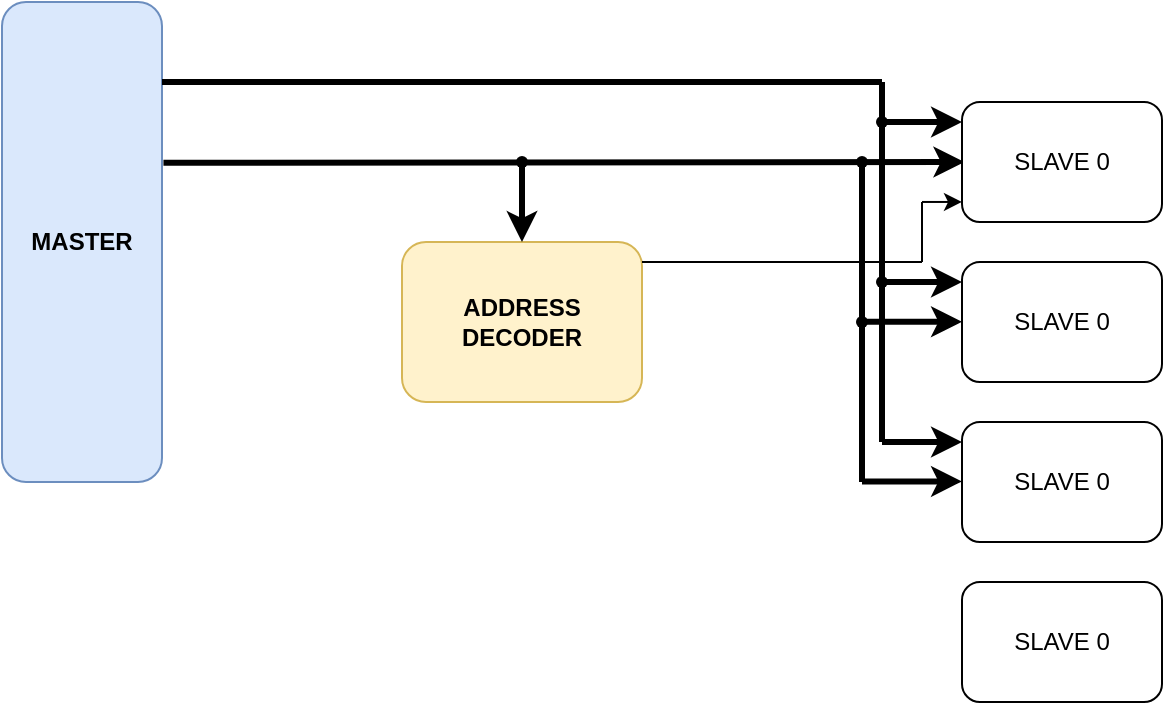
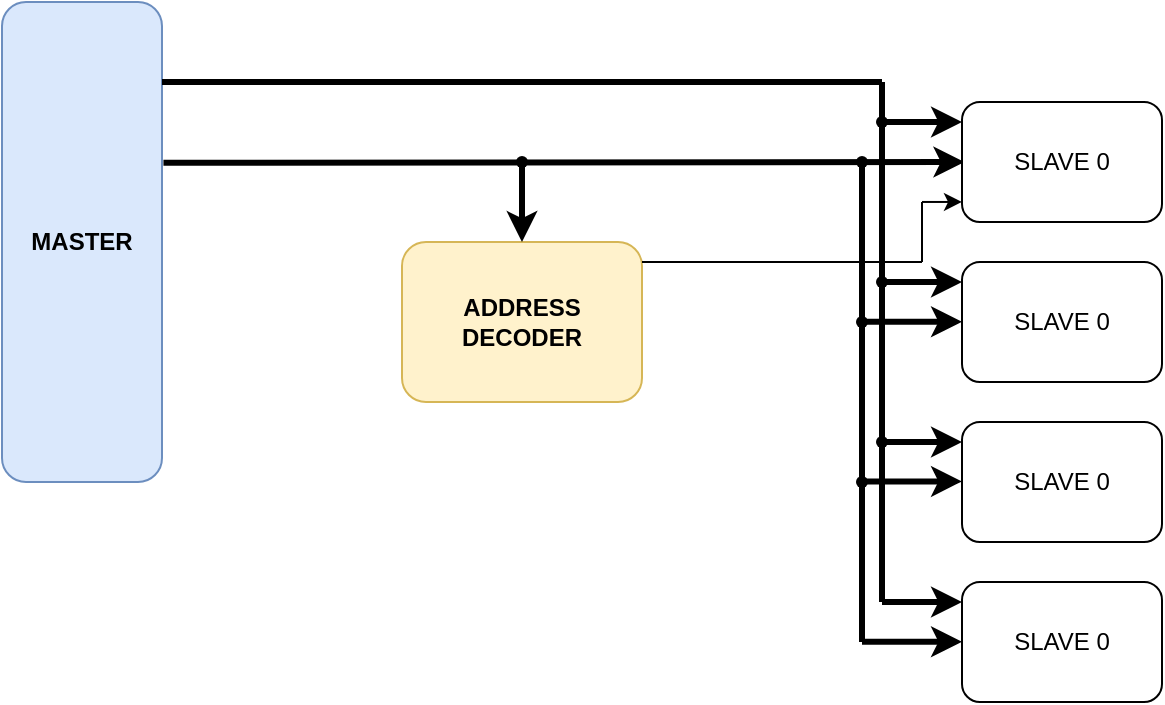
<mxfile host="app.diagrams.net" agent="Mozilla/5.0 (Windows NT 10.0; Win64; x64) AppleWebKit/537.36 (KHTML, like Gecko) Chrome/144.0.0.0 Safari/537.36 Edg/144.0.0.0" pages="4">
  <diagram id="00dOMP4ly3Yvcw6Omt_P" name="AHB Block Diagram">
-     <mxGraphModel dx="212" dy="307" grid="1" gridSize="10" guides="1" tooltips="1" connect="1" arrows="1" fold="1" page="1" pageScale="1" pageWidth="850" pageHeight="1100" math="0" shadow="0">
+     <mxGraphModel dx="306" dy="442" grid="1" gridSize="10" guides="1" tooltips="1" connect="1" arrows="1" fold="1" page="1" pageScale="1" pageWidth="850" pageHeight="1100" math="0" shadow="0">
      <root>
        <mxCell id="0" />
        <mxCell id="1" parent="0" />
        <mxCell id="WVtcaOnAu4kVJNJomXHp-1" parent="1" style="rounded=1;whiteSpace=wrap;html=1;fillColor=#dae8fc;strokeColor=#6c8ebf;" value="&lt;b&gt;MASTER&lt;/b&gt;" vertex="1">
          <mxGeometry height="240" width="80" x="80" y="160" as="geometry" />
        </mxCell>
        <mxCell id="WVtcaOnAu4kVJNJomXHp-3" parent="1" style="rounded=1;whiteSpace=wrap;html=1;fillColor=#fff2cc;strokeColor=#d6b656;" value="&lt;b&gt;ADDRESS DECODER&lt;/b&gt;" vertex="1">
          <mxGeometry height="80" width="120" x="280" y="280" as="geometry" />
        </mxCell>
        <mxCell id="WVtcaOnAu4kVJNJomXHp-4" edge="1" parent="1" source="WVtcaOnAu4kVJNJomXHp-1" style="endArrow=classic;html=1;rounded=0;exitX=1.009;exitY=0.335;exitDx=0;exitDy=0;exitPerimeter=0;strokeWidth=3;" value="">
          <mxGeometry height="50" relative="1" width="50" as="geometry">
            <mxPoint x="170" y="240" as="sourcePoint" />
            <mxPoint x="561.2" y="240" as="targetPoint" />
          </mxGeometry>
        </mxCell>
        <mxCell id="WVtcaOnAu4kVJNJomXHp-5" edge="1" parent="1" source="WVtcaOnAu4kVJNJomXHp-6" style="endArrow=classic;html=1;rounded=0;entryX=0.5;entryY=0;entryDx=0;entryDy=0;strokeWidth=3;" target="WVtcaOnAu4kVJNJomXHp-3" value="">
          <mxGeometry height="50" relative="1" width="50" as="geometry">
            <mxPoint x="340" y="240" as="sourcePoint" />
            <mxPoint x="390" y="190" as="targetPoint" />
          </mxGeometry>
        </mxCell>
        <mxCell id="WVtcaOnAu4kVJNJomXHp-6" parent="1" style="shape=waypoint;sketch=0;fillStyle=solid;size=6;pointerEvents=1;points=[];fillColor=none;resizable=0;rotatable=0;perimeter=centerPerimeter;snapToPoint=1;" value="" vertex="1">
          <mxGeometry height="20" width="20" x="330" y="230" as="geometry" />
        </mxCell>
        <mxCell id="WVtcaOnAu4kVJNJomXHp-7" parent="1" style="rounded=1;whiteSpace=wrap;html=1;" value="SLAVE 0" vertex="1">
          <mxGeometry height="60" width="100" x="560" y="210" as="geometry" />
        </mxCell>
        <mxCell id="WVtcaOnAu4kVJNJomXHp-8" parent="1" style="rounded=1;whiteSpace=wrap;html=1;" value="SLAVE 0" vertex="1">
          <mxGeometry height="60" width="100" x="560" y="290" as="geometry" />
        </mxCell>
        <mxCell id="WVtcaOnAu4kVJNJomXHp-9" parent="1" style="rounded=1;whiteSpace=wrap;html=1;" value="SLAVE 0" vertex="1">
          <mxGeometry height="60" width="100" x="560" y="370" as="geometry" />
        </mxCell>
        <mxCell id="WVtcaOnAu4kVJNJomXHp-10" parent="1" style="rounded=1;whiteSpace=wrap;html=1;" value="SLAVE 0" vertex="1">
          <mxGeometry height="60" width="100" x="560" y="450" as="geometry" />
        </mxCell>
        <mxCell id="WVtcaOnAu4kVJNJomXHp-11" edge="1" parent="1" source="WVtcaOnAu4kVJNJomXHp-3" style="endArrow=none;html=1;rounded=0;exitX=1;exitY=0.125;exitDx=0;exitDy=0;exitPerimeter=0;" value="">
          <mxGeometry height="50" relative="1" width="50" as="geometry">
            <mxPoint x="410" y="290" as="sourcePoint" />
            <mxPoint x="540" y="290" as="targetPoint" />
          </mxGeometry>
        </mxCell>
        <mxCell id="WVtcaOnAu4kVJNJomXHp-12" edge="1" parent="1" style="endArrow=none;html=1;rounded=0;" value="">
          <mxGeometry height="50" relative="1" width="50" as="geometry">
            <mxPoint x="540" y="290" as="sourcePoint" />
            <mxPoint x="540" y="260" as="targetPoint" />
          </mxGeometry>
        </mxCell>
        <mxCell id="WVtcaOnAu4kVJNJomXHp-13" edge="1" parent="1" style="endArrow=classic;html=1;rounded=0;entryX=0;entryY=0.833;entryDx=0;entryDy=0;entryPerimeter=0;" target="WVtcaOnAu4kVJNJomXHp-7" value="">
          <mxGeometry height="50" relative="1" width="50" as="geometry">
            <mxPoint x="540" y="259.98" as="sourcePoint" />
            <mxPoint x="540" y="260" as="targetPoint" />
          </mxGeometry>
        </mxCell>
        <mxCell id="WVtcaOnAu4kVJNJomXHp-18" edge="1" parent="1" style="endArrow=none;html=1;rounded=0;strokeWidth=3;" value="">
          <mxGeometry height="50" relative="1" width="50" as="geometry">
            <mxPoint x="160" y="200" as="sourcePoint" />
            <mxPoint x="520" y="200" as="targetPoint" />
          </mxGeometry>
        </mxCell>
        <mxCell id="WVtcaOnAu4kVJNJomXHp-19" edge="1" parent="1" source="WVtcaOnAu4kVJNJomXHp-25" style="endArrow=none;html=1;rounded=0;strokeWidth=3;" value="">
          <mxGeometry height="50" relative="1" width="50" as="geometry">
            <mxPoint x="520" y="380" as="sourcePoint" />
            <mxPoint x="520" y="200" as="targetPoint" />
          </mxGeometry>
        </mxCell>
        <mxCell id="WVtcaOnAu4kVJNJomXHp-20" edge="1" parent="1" style="endArrow=classic;html=1;rounded=0;entryX=0;entryY=0.167;entryDx=0;entryDy=0;entryPerimeter=0;strokeWidth=3;" target="WVtcaOnAu4kVJNJomXHp-7" value="">
          <mxGeometry height="50" relative="1" width="50" as="geometry">
            <mxPoint x="520" y="220" as="sourcePoint" />
            <mxPoint x="570" y="170" as="targetPoint" />
          </mxGeometry>
        </mxCell>
        <mxCell id="WVtcaOnAu4kVJNJomXHp-22" edge="1" parent="1" style="endArrow=classic;html=1;rounded=0;entryX=0;entryY=0.167;entryDx=0;entryDy=0;entryPerimeter=0;strokeWidth=3;" value="">
          <mxGeometry height="50" relative="1" width="50" as="geometry">
            <mxPoint x="520" y="300" as="sourcePoint" />
            <mxPoint x="560" y="300" as="targetPoint" />
          </mxGeometry>
        </mxCell>
        <mxCell id="WVtcaOnAu4kVJNJomXHp-23" parent="1" style="shape=waypoint;sketch=0;fillStyle=solid;size=6;pointerEvents=1;points=[];fillColor=none;resizable=0;rotatable=0;perimeter=centerPerimeter;snapToPoint=1;" value="" vertex="1">
          <mxGeometry height="20" width="20" x="510" y="210" as="geometry" />
        </mxCell>
        <mxCell id="WVtcaOnAu4kVJNJomXHp-24" edge="1" parent="1" style="endArrow=classic;html=1;rounded=0;entryX=0;entryY=0.167;entryDx=0;entryDy=0;entryPerimeter=0;strokeWidth=3;" value="">
          <mxGeometry height="50" relative="1" width="50" as="geometry">
            <mxPoint x="520" y="380" as="sourcePoint" />
            <mxPoint x="560" y="380" as="targetPoint" />
          </mxGeometry>
        </mxCell>
        <mxCell id="WVtcaOnAu4kVJNJomXHp-26" edge="1" parent="1" style="endArrow=none;html=1;rounded=0;strokeWidth=3;" target="WVtcaOnAu4kVJNJomXHp-25" value="">
          <mxGeometry height="50" relative="1" width="50" as="geometry">
-             <mxPoint x="520" y="380" as="sourcePoint" />
+             <mxPoint x="520" y="460" as="sourcePoint" />
            <mxPoint x="520" y="200" as="targetPoint" />
          </mxGeometry>
        </mxCell>
        <mxCell id="WVtcaOnAu4kVJNJomXHp-25" parent="1" style="shape=waypoint;sketch=0;fillStyle=solid;size=6;pointerEvents=1;points=[];fillColor=none;resizable=0;rotatable=0;perimeter=centerPerimeter;snapToPoint=1;" value="" vertex="1">
          <mxGeometry height="20" width="20" x="510" y="290" as="geometry" />
        </mxCell>
        <mxCell id="WVtcaOnAu4kVJNJomXHp-27" edge="1" parent="1" style="endArrow=none;html=1;rounded=0;strokeWidth=3;" target="WVtcaOnAu4kVJNJomXHp-30" value="">
          <mxGeometry height="50" relative="1" width="50" as="geometry">
-             <mxPoint x="510" y="400" as="sourcePoint" />
+             <mxPoint x="510" y="480" as="sourcePoint" />
            <mxPoint x="510" y="240" as="targetPoint" />
          </mxGeometry>
        </mxCell>
        <mxCell id="WVtcaOnAu4kVJNJomXHp-28" edge="1" parent="1" style="endArrow=classic;html=1;rounded=0;entryX=0;entryY=0.167;entryDx=0;entryDy=0;entryPerimeter=0;strokeWidth=3;" value="">
          <mxGeometry height="50" relative="1" width="50" as="geometry">
            <mxPoint x="510" y="399.72" as="sourcePoint" />
            <mxPoint x="560" y="399.72" as="targetPoint" />
          </mxGeometry>
        </mxCell>
        <mxCell id="WVtcaOnAu4kVJNJomXHp-29" edge="1" parent="1" style="endArrow=classic;html=1;rounded=0;entryX=0;entryY=0.167;entryDx=0;entryDy=0;entryPerimeter=0;strokeWidth=3;" value="">
          <mxGeometry height="50" relative="1" width="50" as="geometry">
            <mxPoint x="510" y="319.86" as="sourcePoint" />
            <mxPoint x="560" y="319.86" as="targetPoint" />
          </mxGeometry>
        </mxCell>
        <mxCell id="WVtcaOnAu4kVJNJomXHp-30" parent="1" style="shape=waypoint;sketch=0;fillStyle=solid;size=6;pointerEvents=1;points=[];fillColor=none;resizable=0;rotatable=0;perimeter=centerPerimeter;snapToPoint=1;" value="" vertex="1">
          <mxGeometry height="20" width="20" x="500.0000000000001" y="230" as="geometry" />
        </mxCell>
        <mxCell id="WVtcaOnAu4kVJNJomXHp-31" parent="1" style="shape=waypoint;sketch=0;fillStyle=solid;size=6;pointerEvents=1;points=[];fillColor=none;resizable=0;rotatable=0;perimeter=centerPerimeter;snapToPoint=1;" value="" vertex="1">
          <mxGeometry height="20" width="20" x="500" y="310" as="geometry" />
+         </mxCell>
+         <mxCell id="WVtcaOnAu4kVJNJomXHp-32" edge="1" parent="1" style="endArrow=classic;html=1;rounded=0;entryX=0;entryY=0.167;entryDx=0;entryDy=0;entryPerimeter=0;strokeWidth=3;" value="">
+           <mxGeometry height="50" relative="1" width="50" as="geometry">
+             <mxPoint x="520" y="460" as="sourcePoint" />
+             <mxPoint x="560" y="460" as="targetPoint" />
+           </mxGeometry>
+         </mxCell>
+         <mxCell id="WVtcaOnAu4kVJNJomXHp-33" edge="1" parent="1" style="endArrow=classic;html=1;rounded=0;entryX=0;entryY=0.167;entryDx=0;entryDy=0;entryPerimeter=0;strokeWidth=3;" value="">
+           <mxGeometry height="50" relative="1" width="50" as="geometry">
+             <mxPoint x="510" y="479.88" as="sourcePoint" />
+             <mxPoint x="560" y="479.88" as="targetPoint" />
+           </mxGeometry>
+         </mxCell>
+         <mxCell id="WVtcaOnAu4kVJNJomXHp-34" parent="1" style="shape=waypoint;sketch=0;fillStyle=solid;size=6;pointerEvents=1;points=[];fillColor=none;resizable=0;rotatable=0;perimeter=centerPerimeter;snapToPoint=1;" value="" vertex="1">
+           <mxGeometry height="20" width="20" x="510" y="370" as="geometry" />
+         </mxCell>
+         <mxCell id="WVtcaOnAu4kVJNJomXHp-35" parent="1" style="shape=waypoint;sketch=0;fillStyle=solid;size=6;pointerEvents=1;points=[];fillColor=none;resizable=0;rotatable=0;perimeter=centerPerimeter;snapToPoint=1;" value="" vertex="1">
+           <mxGeometry height="20" width="20" x="500" y="390" as="geometry" />
        </mxCell>
      </root>
    </mxGraphModel>
  </diagram>
  <diagram name="AHB Interface" id="AxdGKtdG9Rmgfqjtrl1U">
    <mxGraphModel dx="2046" dy="1106" grid="1" gridSize="10" guides="1" tooltips="1" connect="1" arrows="1" fold="1" page="1" pageScale="1" pageWidth="850" pageHeight="1100" math="0" shadow="0">
      <root>
        <mxCell id="0" />
        <mxCell id="1" parent="0" />
        <mxCell id="BZ9neWvH9tw47nREzwFn-1" parent="1" style="rounded=0;whiteSpace=wrap;html=1;" value="&lt;font style=&quot;font-size: 16px;&quot;&gt;&lt;b&gt;Manager&lt;/b&gt;&lt;/font&gt;" vertex="1">
          <mxGeometry height="200" width="120" x="400" y="80" as="geometry" />
        </mxCell>
        <mxCell id="BZ9neWvH9tw47nREzwFn-2" edge="1" parent="1" style="endArrow=classic;html=1;rounded=0;" value="">
          <mxGeometry height="50" relative="1" width="50" as="geometry">
            <mxPoint x="360" y="100" as="sourcePoint" />
            <mxPoint x="400" y="100" as="targetPoint" />
          </mxGeometry>
        </mxCell>
        <mxCell id="BZ9neWvH9tw47nREzwFn-3" edge="1" parent="1" style="endArrow=classic;html=1;rounded=0;" value="">
          <mxGeometry height="50" relative="1" width="50" as="geometry">
            <mxPoint x="360" y="120" as="sourcePoint" />
            <mxPoint x="400" y="120" as="targetPoint" />
          </mxGeometry>
        </mxCell>
        <mxCell id="BZ9neWvH9tw47nREzwFn-4" parent="1" style="text;html=1;whiteSpace=wrap;strokeColor=none;fillColor=none;align=center;verticalAlign=middle;rounded=0;fontStyle=1" value="HCLK" vertex="1">
          <mxGeometry height="20" width="40" x="320" y="90" as="geometry" />
        </mxCell>
        <mxCell id="BZ9neWvH9tw47nREzwFn-5" parent="1" style="text;html=1;whiteSpace=wrap;strokeColor=none;fillColor=none;align=center;verticalAlign=middle;rounded=0;fontStyle=1" value="HRESETn" vertex="1">
          <mxGeometry height="20" width="60" x="300" y="110" as="geometry" />
        </mxCell>
        <mxCell id="BZ9neWvH9tw47nREzwFn-6" parent="1" style="text;html=1;whiteSpace=wrap;strokeColor=none;fillColor=none;align=center;verticalAlign=middle;rounded=0;fontStyle=1" value="HREADY" vertex="1">
          <mxGeometry height="20" width="60" x="300" y="150" as="geometry" />
        </mxCell>
        <mxCell id="BZ9neWvH9tw47nREzwFn-7" edge="1" parent="1" style="endArrow=classic;html=1;rounded=0;" value="">
          <mxGeometry height="50" relative="1" width="50" as="geometry">
            <mxPoint x="360" y="160" as="sourcePoint" />
            <mxPoint x="400" y="160" as="targetPoint" />
          </mxGeometry>
        </mxCell>
        <mxCell id="BZ9neWvH9tw47nREzwFn-8" edge="1" parent="1" style="endArrow=classic;html=1;rounded=0;" value="">
          <mxGeometry height="50" relative="1" width="50" as="geometry">
            <mxPoint x="360" y="180" as="sourcePoint" />
            <mxPoint x="400" y="180" as="targetPoint" />
          </mxGeometry>
        </mxCell>
        <mxCell id="BZ9neWvH9tw47nREzwFn-9" parent="1" style="text;html=1;whiteSpace=wrap;strokeColor=none;fillColor=none;align=center;verticalAlign=middle;rounded=0;fontStyle=1" value="HSELx" vertex="1">
          <mxGeometry height="20" width="60" x="310" y="430" as="geometry" />
        </mxCell>
        <mxCell id="BZ9neWvH9tw47nREzwFn-10" edge="1" parent="1" style="endArrow=classic;html=1;rounded=0;" value="">
          <mxGeometry height="50" relative="1" width="50" as="geometry">
            <mxPoint x="360" y="260" as="sourcePoint" />
            <mxPoint x="400" y="260" as="targetPoint" />
          </mxGeometry>
        </mxCell>
        <mxCell id="BZ9neWvH9tw47nREzwFn-11" parent="1" style="text;html=1;whiteSpace=wrap;strokeColor=none;fillColor=none;align=center;verticalAlign=middle;rounded=0;fontStyle=1" value="HRDATA[31:0]" vertex="1">
          <mxGeometry height="20" width="90" x="270" y="250" as="geometry" />
        </mxCell>
        <mxCell id="BZ9neWvH9tw47nREzwFn-12" edge="1" parent="1" style="endArrow=classic;html=1;rounded=0;" value="">
          <mxGeometry height="50" relative="1" width="50" as="geometry">
            <mxPoint x="520" y="99.83" as="sourcePoint" />
            <mxPoint x="560" y="99.83" as="targetPoint" />
          </mxGeometry>
        </mxCell>
        <mxCell id="BZ9neWvH9tw47nREzwFn-13" edge="1" parent="1" style="endArrow=classic;html=1;rounded=0;" value="">
          <mxGeometry height="50" relative="1" width="50" as="geometry">
            <mxPoint x="520" y="119.83" as="sourcePoint" />
            <mxPoint x="560" y="119.83" as="targetPoint" />
          </mxGeometry>
        </mxCell>
        <mxCell id="BZ9neWvH9tw47nREzwFn-14" edge="1" parent="1" style="endArrow=classic;html=1;rounded=0;" value="">
          <mxGeometry height="50" relative="1" width="50" as="geometry">
            <mxPoint x="520" y="159.83" as="sourcePoint" />
            <mxPoint x="560" y="159.83" as="targetPoint" />
          </mxGeometry>
        </mxCell>
        <mxCell id="BZ9neWvH9tw47nREzwFn-15" edge="1" parent="1" style="endArrow=classic;html=1;rounded=0;" value="">
          <mxGeometry height="50" relative="1" width="50" as="geometry">
            <mxPoint x="520" y="140" as="sourcePoint" />
            <mxPoint x="560" y="140" as="targetPoint" />
          </mxGeometry>
        </mxCell>
        <mxCell id="BZ9neWvH9tw47nREzwFn-16" edge="1" parent="1" style="endArrow=classic;html=1;rounded=0;" value="">
          <mxGeometry height="50" relative="1" width="50" as="geometry">
            <mxPoint x="520" y="179.83" as="sourcePoint" />
            <mxPoint x="560" y="179.83" as="targetPoint" />
          </mxGeometry>
        </mxCell>
        <mxCell id="BZ9neWvH9tw47nREzwFn-17" edge="1" parent="1" style="endArrow=classic;html=1;rounded=0;" value="">
          <mxGeometry height="50" relative="1" width="50" as="geometry">
            <mxPoint x="520" y="200" as="sourcePoint" />
            <mxPoint x="560" y="200" as="targetPoint" />
          </mxGeometry>
        </mxCell>
        <mxCell id="BZ9neWvH9tw47nREzwFn-18" parent="1" style="text;html=1;whiteSpace=wrap;strokeColor=none;fillColor=none;align=center;verticalAlign=middle;rounded=0;fontStyle=1" value="HADDR[31:0]" vertex="1">
          <mxGeometry height="20" width="80" x="560" y="90" as="geometry" />
        </mxCell>
        <mxCell id="BZ9neWvH9tw47nREzwFn-19" parent="1" style="text;html=1;whiteSpace=wrap;strokeColor=none;fillColor=none;align=center;verticalAlign=middle;rounded=0;fontStyle=1" value="HWRITE" vertex="1">
          <mxGeometry height="20" width="60" x="560" y="110" as="geometry" />
        </mxCell>
        <mxCell id="BZ9neWvH9tw47nREzwFn-20" parent="1" style="text;html=1;whiteSpace=wrap;strokeColor=none;fillColor=none;align=center;verticalAlign=middle;rounded=0;fontStyle=1" value="HSIZE[2:0]" vertex="1">
          <mxGeometry height="20" width="70" x="560" y="130" as="geometry" />
        </mxCell>
        <mxCell id="BZ9neWvH9tw47nREzwFn-21" parent="1" style="text;html=1;whiteSpace=wrap;strokeColor=none;fillColor=none;align=center;verticalAlign=middle;rounded=0;fontStyle=1" value="HBURST[2:0]" vertex="1">
          <mxGeometry height="20" width="80" x="560" y="150" as="geometry" />
        </mxCell>
        <mxCell id="BZ9neWvH9tw47nREzwFn-22" parent="1" style="text;html=1;whiteSpace=wrap;strokeColor=none;fillColor=none;align=center;verticalAlign=middle;rounded=0;fontStyle=1" value="HPROT[3:0]" vertex="1">
          <mxGeometry height="20" width="80" x="560" y="170" as="geometry" />
        </mxCell>
        <mxCell id="BZ9neWvH9tw47nREzwFn-23" parent="1" style="text;html=1;whiteSpace=wrap;strokeColor=none;fillColor=none;align=center;verticalAlign=middle;rounded=0;fontStyle=1" value="HTRANS[1:0]" vertex="1">
          <mxGeometry height="20" width="80" x="560" y="190" as="geometry" />
        </mxCell>
        <mxCell id="BZ9neWvH9tw47nREzwFn-24" edge="1" parent="1" style="endArrow=classic;html=1;rounded=0;" value="">
          <mxGeometry height="50" relative="1" width="50" as="geometry">
            <mxPoint x="520" y="220" as="sourcePoint" />
            <mxPoint x="560" y="220" as="targetPoint" />
          </mxGeometry>
        </mxCell>
        <mxCell id="BZ9neWvH9tw47nREzwFn-25" parent="1" style="text;html=1;whiteSpace=wrap;strokeColor=none;fillColor=none;align=center;verticalAlign=middle;rounded=0;fontStyle=1" value="HMASTLOCK" vertex="1">
          <mxGeometry height="20" width="80" x="560" y="210" as="geometry" />
        </mxCell>
        <mxCell id="BZ9neWvH9tw47nREzwFn-26" edge="1" parent="1" style="endArrow=classic;html=1;rounded=0;" value="">
          <mxGeometry height="50" relative="1" width="50" as="geometry">
            <mxPoint x="520" y="259.8" as="sourcePoint" />
            <mxPoint x="560" y="259.8" as="targetPoint" />
          </mxGeometry>
        </mxCell>
        <mxCell id="BZ9neWvH9tw47nREzwFn-30" parent="1" style="text;html=1;whiteSpace=wrap;strokeColor=none;fillColor=none;align=center;verticalAlign=middle;rounded=0;fontStyle=1" value="HWDATA[31:0]" vertex="1">
          <mxGeometry height="20" width="95" x="555" y="250" as="geometry" />
        </mxCell>
        <mxCell id="BZ9neWvH9tw47nREzwFn-31" parent="1" style="rounded=0;whiteSpace=wrap;html=1;" value="&lt;font style=&quot;font-size: 16px;&quot;&gt;&lt;b&gt;Slave&lt;/b&gt;&lt;/font&gt;" vertex="1">
          <mxGeometry height="320" width="120" x="400" y="360" as="geometry" />
        </mxCell>
        <mxCell id="BZ9neWvH9tw47nREzwFn-32" edge="1" parent="1" style="endArrow=classic;html=1;rounded=0;" value="">
          <mxGeometry height="50" relative="1" width="50" as="geometry">
            <mxPoint x="360" y="489.83" as="sourcePoint" />
            <mxPoint x="400" y="489.83" as="targetPoint" />
          </mxGeometry>
        </mxCell>
        <mxCell id="BZ9neWvH9tw47nREzwFn-33" edge="1" parent="1" style="endArrow=classic;html=1;rounded=0;" value="">
          <mxGeometry height="50" relative="1" width="50" as="geometry">
            <mxPoint x="360" y="509.83" as="sourcePoint" />
            <mxPoint x="400" y="509.83" as="targetPoint" />
          </mxGeometry>
        </mxCell>
        <mxCell id="BZ9neWvH9tw47nREzwFn-34" edge="1" parent="1" style="endArrow=classic;html=1;rounded=0;" value="">
          <mxGeometry height="50" relative="1" width="50" as="geometry">
            <mxPoint x="360" y="549.83" as="sourcePoint" />
            <mxPoint x="400" y="549.83" as="targetPoint" />
          </mxGeometry>
        </mxCell>
        <mxCell id="BZ9neWvH9tw47nREzwFn-35" edge="1" parent="1" style="endArrow=classic;html=1;rounded=0;" value="">
          <mxGeometry height="50" relative="1" width="50" as="geometry">
            <mxPoint x="360" y="530" as="sourcePoint" />
            <mxPoint x="400" y="530" as="targetPoint" />
          </mxGeometry>
        </mxCell>
        <mxCell id="BZ9neWvH9tw47nREzwFn-36" edge="1" parent="1" style="endArrow=classic;html=1;rounded=0;" value="">
          <mxGeometry height="50" relative="1" width="50" as="geometry">
            <mxPoint x="360" y="569.83" as="sourcePoint" />
            <mxPoint x="400" y="569.83" as="targetPoint" />
          </mxGeometry>
        </mxCell>
        <mxCell id="BZ9neWvH9tw47nREzwFn-37" edge="1" parent="1" style="endArrow=classic;html=1;rounded=0;" value="">
          <mxGeometry height="50" relative="1" width="50" as="geometry">
            <mxPoint x="360" y="590" as="sourcePoint" />
            <mxPoint x="400" y="590" as="targetPoint" />
          </mxGeometry>
        </mxCell>
        <mxCell id="BZ9neWvH9tw47nREzwFn-38" parent="1" style="text;html=1;whiteSpace=wrap;strokeColor=none;fillColor=none;align=center;verticalAlign=middle;rounded=0;fontStyle=1" value="HADDR[31:0]" vertex="1">
          <mxGeometry height="20" width="80" x="275" y="480" as="geometry" />
        </mxCell>
        <mxCell id="BZ9neWvH9tw47nREzwFn-39" parent="1" style="text;html=1;whiteSpace=wrap;strokeColor=none;fillColor=none;align=center;verticalAlign=middle;rounded=0;fontStyle=1" value="HWRITE" vertex="1">
          <mxGeometry height="20" width="60" x="275" y="500" as="geometry" />
        </mxCell>
        <mxCell id="BZ9neWvH9tw47nREzwFn-40" parent="1" style="text;html=1;whiteSpace=wrap;strokeColor=none;fillColor=none;align=center;verticalAlign=middle;rounded=0;fontStyle=1" value="HSIZE[2:0]" vertex="1">
          <mxGeometry height="20" width="70" x="275" y="520" as="geometry" />
        </mxCell>
        <mxCell id="BZ9neWvH9tw47nREzwFn-41" parent="1" style="text;html=1;whiteSpace=wrap;strokeColor=none;fillColor=none;align=center;verticalAlign=middle;rounded=0;fontStyle=1" value="HBURST[2:0]" vertex="1">
          <mxGeometry height="20" width="80" x="275" y="540" as="geometry" />
        </mxCell>
        <mxCell id="BZ9neWvH9tw47nREzwFn-42" parent="1" style="text;html=1;whiteSpace=wrap;strokeColor=none;fillColor=none;align=center;verticalAlign=middle;rounded=0;fontStyle=1" value="HPROT[3:0]" vertex="1">
          <mxGeometry height="20" width="80" x="275" y="560" as="geometry" />
        </mxCell>
        <mxCell id="BZ9neWvH9tw47nREzwFn-43" parent="1" style="text;html=1;whiteSpace=wrap;strokeColor=none;fillColor=none;align=center;verticalAlign=middle;rounded=0;fontStyle=1" value="HTRANS[1:0]" vertex="1">
          <mxGeometry height="20" width="80" x="275" y="580" as="geometry" />
        </mxCell>
        <mxCell id="BZ9neWvH9tw47nREzwFn-44" edge="1" parent="1" style="endArrow=classic;html=1;rounded=0;" value="">
          <mxGeometry height="50" relative="1" width="50" as="geometry">
            <mxPoint x="360" y="610" as="sourcePoint" />
            <mxPoint x="400" y="610" as="targetPoint" />
          </mxGeometry>
        </mxCell>
        <mxCell id="BZ9neWvH9tw47nREzwFn-45" parent="1" style="text;html=1;whiteSpace=wrap;strokeColor=none;fillColor=none;align=center;verticalAlign=middle;rounded=0;fontStyle=1" value="HMASTLOCK" vertex="1">
          <mxGeometry height="20" width="80" x="275" y="600" as="geometry" />
        </mxCell>
        <mxCell id="BZ9neWvH9tw47nREzwFn-46" edge="1" parent="1" style="endArrow=classic;html=1;rounded=0;" value="">
          <mxGeometry height="50" relative="1" width="50" as="geometry">
            <mxPoint x="360" y="649.8" as="sourcePoint" />
            <mxPoint x="400" y="649.8" as="targetPoint" />
          </mxGeometry>
        </mxCell>
        <mxCell id="BZ9neWvH9tw47nREzwFn-47" parent="1" style="text;html=1;whiteSpace=wrap;strokeColor=none;fillColor=none;align=center;verticalAlign=middle;rounded=0;fontStyle=1" value="HWDATA[31:0]" vertex="1">
          <mxGeometry height="20" width="95" x="270" y="640" as="geometry" />
        </mxCell>
        <mxCell id="BZ9neWvH9tw47nREzwFn-49" edge="1" parent="1" style="endArrow=classic;html=1;rounded=0;" value="">
          <mxGeometry height="50" relative="1" width="50" as="geometry">
            <mxPoint x="360" y="380" as="sourcePoint" />
            <mxPoint x="400" y="380" as="targetPoint" />
          </mxGeometry>
        </mxCell>
        <mxCell id="BZ9neWvH9tw47nREzwFn-50" edge="1" parent="1" style="endArrow=classic;html=1;rounded=0;" value="">
          <mxGeometry height="50" relative="1" width="50" as="geometry">
            <mxPoint x="360" y="400" as="sourcePoint" />
            <mxPoint x="400" y="400" as="targetPoint" />
          </mxGeometry>
        </mxCell>
        <mxCell id="BZ9neWvH9tw47nREzwFn-51" edge="1" parent="1" style="endArrow=classic;html=1;rounded=0;" value="">
          <mxGeometry height="50" relative="1" width="50" as="geometry">
            <mxPoint x="360" y="440" as="sourcePoint" />
            <mxPoint x="400" y="440" as="targetPoint" />
          </mxGeometry>
        </mxCell>
        <mxCell id="BZ9neWvH9tw47nREzwFn-52" parent="1" style="text;html=1;whiteSpace=wrap;strokeColor=none;fillColor=none;align=center;verticalAlign=middle;rounded=0;fontStyle=1" value="HCLK" vertex="1">
          <mxGeometry height="20" width="40" x="320" y="370" as="geometry" />
        </mxCell>
        <mxCell id="BZ9neWvH9tw47nREzwFn-53" parent="1" style="text;html=1;whiteSpace=wrap;strokeColor=none;fillColor=none;align=center;verticalAlign=middle;rounded=0;fontStyle=1" value="HRESETn" vertex="1">
          <mxGeometry height="20" width="60" x="300" y="390" as="geometry" />
        </mxCell>
        <mxCell id="BZ9neWvH9tw47nREzwFn-54" parent="1" style="shape=curlyBracket;whiteSpace=wrap;html=1;rounded=1;labelPosition=left;verticalLabelPosition=middle;align=right;verticalAlign=middle;" value="" vertex="1">
          <mxGeometry height="35" width="20" x="230" y="90" as="geometry" />
        </mxCell>
        <mxCell id="BZ9neWvH9tw47nREzwFn-55" parent="1" style="text;html=1;whiteSpace=wrap;strokeColor=none;fillColor=none;align=center;verticalAlign=middle;rounded=0;fontStyle=1" value="HRESP" vertex="1">
          <mxGeometry height="20" width="60" x="300" y="170" as="geometry" />
        </mxCell>
        <mxCell id="BZ9neWvH9tw47nREzwFn-56" parent="1" style="shape=curlyBracket;whiteSpace=wrap;html=1;rounded=1;labelPosition=left;verticalLabelPosition=middle;align=right;verticalAlign=middle;" value="" vertex="1">
          <mxGeometry height="140" width="20" x="230" y="480" as="geometry" />
        </mxCell>
        <mxCell id="BZ9neWvH9tw47nREzwFn-57" parent="1" style="shape=curlyBracket;whiteSpace=wrap;html=1;rounded=1;labelPosition=left;verticalLabelPosition=middle;align=right;verticalAlign=middle;rotation=-180;" value="" vertex="1">
          <mxGeometry height="135" width="20" x="650" y="90" as="geometry" />
        </mxCell>
        <mxCell id="BZ9neWvH9tw47nREzwFn-58" parent="1" style="text;html=1;whiteSpace=wrap;strokeColor=none;fillColor=none;align=center;verticalAlign=middle;rounded=0;fontStyle=1" value="&lt;span style=&quot;font-weight: normal;&quot;&gt;Global signals&lt;/span&gt;" vertex="1">
          <mxGeometry height="20" width="90" x="140" y="97.5" as="geometry" />
        </mxCell>
        <mxCell id="BZ9neWvH9tw47nREzwFn-59" parent="1" style="text;html=1;whiteSpace=wrap;strokeColor=none;fillColor=none;align=center;verticalAlign=middle;rounded=0;fontStyle=1" value="&lt;span style=&quot;font-weight: normal;&quot;&gt;Transfer response&lt;/span&gt;" vertex="1">
          <mxGeometry height="20" width="60" x="170" y="157.5" as="geometry" />
        </mxCell>
        <mxCell id="BZ9neWvH9tw47nREzwFn-60" parent="1" style="text;html=1;whiteSpace=wrap;strokeColor=none;fillColor=none;align=center;verticalAlign=middle;rounded=0;fontStyle=1" value="&lt;span style=&quot;font-weight: normal;&quot;&gt;Data&lt;/span&gt;" vertex="1">
          <mxGeometry height="20" width="60" x="170" y="250" as="geometry" />
        </mxCell>
        <mxCell id="BZ9neWvH9tw47nREzwFn-61" parent="1" style="text;html=1;whiteSpace=wrap;strokeColor=none;fillColor=none;align=center;verticalAlign=middle;rounded=0;fontStyle=1" value="&lt;span style=&quot;font-weight: normal;&quot;&gt;Address and control signals&lt;/span&gt;" vertex="1">
          <mxGeometry height="37.5" width="90" x="670" y="140" as="geometry" />
        </mxCell>
        <mxCell id="BZ9neWvH9tw47nREzwFn-62" parent="1" style="shape=curlyBracket;whiteSpace=wrap;html=1;rounded=1;labelPosition=left;verticalLabelPosition=middle;align=right;verticalAlign=middle;" value="" vertex="1">
          <mxGeometry height="35" width="20" x="230" y="150" as="geometry" />
        </mxCell>
        <mxCell id="BZ9neWvH9tw47nREzwFn-63" parent="1" style="text;html=1;whiteSpace=wrap;strokeColor=none;fillColor=none;align=center;verticalAlign=middle;rounded=0;fontStyle=1" value="&lt;span style=&quot;font-weight: normal;&quot;&gt;Address and control signals&lt;/span&gt;" vertex="1">
          <mxGeometry height="37.5" width="90" x="140" y="531" as="geometry" />
        </mxCell>
        <mxCell id="BZ9neWvH9tw47nREzwFn-64" parent="1" style="shape=curlyBracket;whiteSpace=wrap;html=1;rounded=1;labelPosition=left;verticalLabelPosition=middle;align=right;verticalAlign=middle;" value="" vertex="1">
          <mxGeometry height="35" width="20" x="230" y="375" as="geometry" />
        </mxCell>
        <mxCell id="BZ9neWvH9tw47nREzwFn-65" parent="1" style="text;html=1;whiteSpace=wrap;strokeColor=none;fillColor=none;align=center;verticalAlign=middle;rounded=0;fontStyle=1" value="&lt;span style=&quot;font-weight: normal;&quot;&gt;Global signals&lt;/span&gt;" vertex="1">
          <mxGeometry height="20" width="90" x="140" y="382.5" as="geometry" />
        </mxCell>
        <mxCell id="BZ9neWvH9tw47nREzwFn-66" parent="1" style="text;html=1;whiteSpace=wrap;strokeColor=none;fillColor=none;align=center;verticalAlign=middle;rounded=0;fontStyle=1" value="&lt;span style=&quot;font-weight: normal;&quot;&gt;Data&lt;/span&gt;" vertex="1">
          <mxGeometry height="20" width="60" x="670" y="250" as="geometry" />
        </mxCell>
        <mxCell id="BZ9neWvH9tw47nREzwFn-67" edge="1" parent="1" style="endArrow=classic;html=1;rounded=0;" value="">
          <mxGeometry height="50" relative="1" width="50" as="geometry">
            <mxPoint x="520" y="490" as="sourcePoint" />
            <mxPoint x="560" y="490" as="targetPoint" />
          </mxGeometry>
        </mxCell>
        <mxCell id="BZ9neWvH9tw47nREzwFn-68" edge="1" parent="1" style="endArrow=classic;html=1;rounded=0;" value="">
          <mxGeometry height="50" relative="1" width="50" as="geometry">
            <mxPoint x="520" y="510" as="sourcePoint" />
            <mxPoint x="560" y="510" as="targetPoint" />
          </mxGeometry>
        </mxCell>
        <mxCell id="BZ9neWvH9tw47nREzwFn-69" parent="1" style="text;html=1;whiteSpace=wrap;strokeColor=none;fillColor=none;align=center;verticalAlign=middle;rounded=0;fontStyle=1" value="HREADY" vertex="1">
          <mxGeometry height="20" width="60" x="560" y="480" as="geometry" />
        </mxCell>
        <mxCell id="BZ9neWvH9tw47nREzwFn-70" parent="1" style="text;html=1;whiteSpace=wrap;strokeColor=none;fillColor=none;align=center;verticalAlign=middle;rounded=0;fontStyle=1" value="HRESP" vertex="1">
          <mxGeometry height="20" width="60" x="560" y="500" as="geometry" />
        </mxCell>
        <mxCell id="BZ9neWvH9tw47nREzwFn-71" edge="1" parent="1" style="endArrow=classic;html=1;rounded=0;" value="">
          <mxGeometry height="50" relative="1" width="50" as="geometry">
            <mxPoint x="520" y="649.6600000000001" as="sourcePoint" />
            <mxPoint x="560" y="649.6600000000001" as="targetPoint" />
          </mxGeometry>
        </mxCell>
        <mxCell id="BZ9neWvH9tw47nREzwFn-72" parent="1" style="text;html=1;whiteSpace=wrap;strokeColor=none;fillColor=none;align=center;verticalAlign=middle;rounded=0;fontStyle=1" value="HRDATA[31:0]" vertex="1">
          <mxGeometry height="20" width="90" x="560" y="640" as="geometry" />
        </mxCell>
        <mxCell id="BZ9neWvH9tw47nREzwFn-73" parent="1" style="text;html=1;whiteSpace=wrap;strokeColor=none;fillColor=none;align=center;verticalAlign=middle;rounded=0;fontStyle=1" value="&lt;span style=&quot;font-weight: normal;&quot;&gt;Data&lt;/span&gt;" vertex="1">
          <mxGeometry height="20" width="60" x="155" y="640" as="geometry" />
        </mxCell>
        <mxCell id="BZ9neWvH9tw47nREzwFn-74" parent="1" style="text;html=1;whiteSpace=wrap;strokeColor=none;fillColor=none;align=center;verticalAlign=middle;rounded=0;fontStyle=1" value="&lt;span style=&quot;font-weight: normal;&quot;&gt;Data&lt;/span&gt;" vertex="1">
          <mxGeometry height="20" width="50" x="675" y="640" as="geometry" />
        </mxCell>
        <mxCell id="BZ9neWvH9tw47nREzwFn-75" parent="1" style="text;html=1;whiteSpace=wrap;strokeColor=none;fillColor=none;align=center;verticalAlign=middle;rounded=0;fontStyle=1" value="&lt;span style=&quot;font-weight: normal;&quot;&gt;Transfer response&lt;/span&gt;" vertex="1">
          <mxGeometry height="20" width="60" x="670" y="487.5" as="geometry" />
        </mxCell>
        <mxCell id="BZ9neWvH9tw47nREzwFn-76" parent="1" style="shape=curlyBracket;whiteSpace=wrap;html=1;rounded=1;labelPosition=left;verticalLabelPosition=middle;align=right;verticalAlign=middle;rotation=-180;" value="" vertex="1">
          <mxGeometry height="35" width="20" x="640" y="480" as="geometry" />
        </mxCell>
        <mxCell id="BZ9neWvH9tw47nREzwFn-77" parent="1" style="text;html=1;whiteSpace=wrap;strokeColor=none;fillColor=none;align=center;verticalAlign=middle;rounded=0;fontStyle=1" value="&lt;span style=&quot;font-weight: normal;&quot;&gt;Select signal&lt;/span&gt;" vertex="1">
          <mxGeometry height="20" width="90" x="140" y="430" as="geometry" />
        </mxCell>
      </root>
    </mxGraphModel>
  </diagram>
  <diagram id="Hd4ECfvz_bm4RMetZK8C" name="Master Interface">
    <mxGraphModel dx="764" dy="1105" grid="1" gridSize="10" guides="1" tooltips="1" connect="1" arrows="1" fold="1" page="1" pageScale="1" pageWidth="850" pageHeight="1100" math="0" shadow="0">
      <root>
        <mxCell id="0" />
        <mxCell id="1" parent="0" />
      </root>
    </mxGraphModel>
  </diagram>
  <diagram id="AYzUWjTrgIps4r00h7mQ" name="Master FSM">
    <mxGraphModel dx="437" dy="631" grid="1" gridSize="10" guides="1" tooltips="1" connect="1" arrows="1" fold="1" page="1" pageScale="1" pageWidth="850" pageHeight="1100" math="0" shadow="0">
      <root>
        <mxCell id="0" />
        <mxCell id="1" parent="0" />
        <mxCell id="gUlQ52oibdo8bB1fHUDe-6" edge="1" parent="1" source="gUlQ52oibdo8bB1fHUDe-1" style="edgeStyle=orthogonalEdgeStyle;rounded=0;orthogonalLoop=1;jettySize=auto;html=1;exitX=1;exitY=0.5;exitDx=0;exitDy=0;entryX=0;entryY=0.5;entryDx=0;entryDy=0;" target="gUlQ52oibdo8bB1fHUDe-2">
          <mxGeometry relative="1" as="geometry" />
        </mxCell>
        <mxCell id="gUlQ52oibdo8bB1fHUDe-8" edge="1" parent="1" source="gUlQ52oibdo8bB1fHUDe-1" style="edgeStyle=orthogonalEdgeStyle;rounded=0;orthogonalLoop=1;jettySize=auto;html=1;entryX=0.5;entryY=0;entryDx=0;entryDy=0;" target="gUlQ52oibdo8bB1fHUDe-5">
          <mxGeometry relative="1" as="geometry" />
        </mxCell>
        <mxCell id="gUlQ52oibdo8bB1fHUDe-1" parent="1" style="ellipse;whiteSpace=wrap;html=1;" value="IDLE" vertex="1">
          <mxGeometry height="80" width="120" x="200" y="200" as="geometry" />
        </mxCell>
        <mxCell id="gUlQ52oibdo8bB1fHUDe-7" edge="1" parent="1" source="gUlQ52oibdo8bB1fHUDe-2" style="edgeStyle=orthogonalEdgeStyle;rounded=0;orthogonalLoop=1;jettySize=auto;html=1;entryX=0.5;entryY=0;entryDx=0;entryDy=0;" target="gUlQ52oibdo8bB1fHUDe-3">
          <mxGeometry relative="1" as="geometry" />
        </mxCell>
        <mxCell id="gUlQ52oibdo8bB1fHUDe-2" parent="1" style="ellipse;whiteSpace=wrap;html=1;" value="WR_ADDR_PHASE" vertex="1">
          <mxGeometry height="80" width="120" x="440" y="200" as="geometry" />
        </mxCell>
        <mxCell id="gUlQ52oibdo8bB1fHUDe-10" edge="1" parent="1" source="gUlQ52oibdo8bB1fHUDe-3" style="edgeStyle=orthogonalEdgeStyle;rounded=0;orthogonalLoop=1;jettySize=auto;html=1;entryX=0.5;entryY=0;entryDx=0;entryDy=0;" target="gUlQ52oibdo8bB1fHUDe-9">
          <mxGeometry relative="1" as="geometry" />
        </mxCell>
        <mxCell id="8WBKzOnGMAMBHIHuB8Qa-4" edge="1" parent="1" source="gUlQ52oibdo8bB1fHUDe-3" style="edgeStyle=orthogonalEdgeStyle;rounded=0;orthogonalLoop=1;jettySize=auto;html=1;entryX=1;entryY=0.5;entryDx=0;entryDy=0;" target="gUlQ52oibdo8bB1fHUDe-5">
          <mxGeometry relative="1" as="geometry" />
        </mxCell>
        <mxCell id="gUlQ52oibdo8bB1fHUDe-3" parent="1" style="ellipse;whiteSpace=wrap;html=1;" value="WR_DATA_PHASE" vertex="1">
          <mxGeometry height="80" width="120" x="440" y="360" as="geometry" />
        </mxCell>
        <mxCell id="gUlQ52oibdo8bB1fHUDe-11" edge="1" parent="1" source="gUlQ52oibdo8bB1fHUDe-4" style="edgeStyle=orthogonalEdgeStyle;rounded=0;orthogonalLoop=1;jettySize=auto;html=1;entryX=0;entryY=0.5;entryDx=0;entryDy=0;" target="gUlQ52oibdo8bB1fHUDe-9">
          <mxGeometry relative="1" as="geometry" />
        </mxCell>
        <mxCell id="8WBKzOnGMAMBHIHuB8Qa-6" edge="1" parent="1" source="gUlQ52oibdo8bB1fHUDe-4" style="edgeStyle=orthogonalEdgeStyle;rounded=0;orthogonalLoop=1;jettySize=auto;html=1;exitX=0;exitY=0.5;exitDx=0;exitDy=0;entryX=0;entryY=0.5;entryDx=0;entryDy=0;" target="gUlQ52oibdo8bB1fHUDe-1">
          <mxGeometry relative="1" as="geometry">
            <Array as="points">
              <mxPoint x="160.03" y="560.03" />
              <mxPoint x="160.03" y="240.03" />
            </Array>
          </mxGeometry>
        </mxCell>
        <mxCell id="gUlQ52oibdo8bB1fHUDe-4" parent="1" style="ellipse;whiteSpace=wrap;html=1;" value="RD_DATA_PHASE" vertex="1">
          <mxGeometry height="80" width="120" x="200" y="520" as="geometry" />
        </mxCell>
        <mxCell id="8WBKzOnGMAMBHIHuB8Qa-3" edge="1" parent="1" source="gUlQ52oibdo8bB1fHUDe-5" style="edgeStyle=orthogonalEdgeStyle;rounded=0;orthogonalLoop=1;jettySize=auto;html=1;" target="gUlQ52oibdo8bB1fHUDe-4" value="">
          <mxGeometry relative="1" as="geometry" />
        </mxCell>
        <mxCell id="gUlQ52oibdo8bB1fHUDe-5" parent="1" style="ellipse;whiteSpace=wrap;html=1;" value="RD_ADDR_PHASE" vertex="1">
          <mxGeometry height="80" width="120" x="200" y="360" as="geometry" />
        </mxCell>
        <mxCell id="gUlQ52oibdo8bB1fHUDe-9" parent="1" style="ellipse;whiteSpace=wrap;html=1;" value="WAIT_STATE" vertex="1">
          <mxGeometry height="80" width="120" x="440" y="520" as="geometry" />
        </mxCell>
        <mxCell id="8WBKzOnGMAMBHIHuB8Qa-1" edge="1" parent="1" source="gUlQ52oibdo8bB1fHUDe-5" style="endArrow=classic;html=1;rounded=0;entryX=0;entryY=0;entryDx=0;entryDy=0;exitX=1;exitY=1;exitDx=0;exitDy=0;" target="gUlQ52oibdo8bB1fHUDe-9" value="">
          <mxGeometry height="50" relative="1" width="50" as="geometry">
            <mxPoint x="350" y="490" as="sourcePoint" />
            <mxPoint x="400" y="440" as="targetPoint" />
          </mxGeometry>
        </mxCell>
        <mxCell id="8WBKzOnGMAMBHIHuB8Qa-5" edge="1" parent="1" source="gUlQ52oibdo8bB1fHUDe-3" style="endArrow=classic;html=1;rounded=0;exitX=0;exitY=0;exitDx=0;exitDy=0;entryX=1;entryY=1;entryDx=0;entryDy=0;" target="gUlQ52oibdo8bB1fHUDe-1" value="">
          <mxGeometry height="50" relative="1" width="50" as="geometry">
            <mxPoint x="370" y="340" as="sourcePoint" />
            <mxPoint x="420" y="290" as="targetPoint" />
          </mxGeometry>
        </mxCell>
      </root>
    </mxGraphModel>
  </diagram>
</mxfile>
